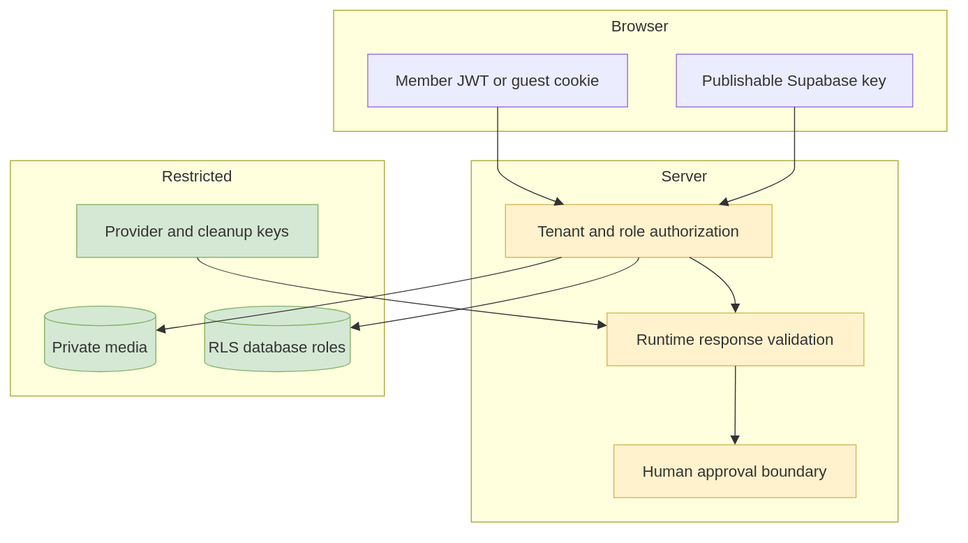
Earlier version of the draw.io export docs/diagrams/03-trust-boundaries.drawio.svg (Alivestars24/Vouch). Source tidied: cells renumbered, new cells last; positions are measured from the earlier drawing's top-left corner, leaving out a move shared by most shapes.
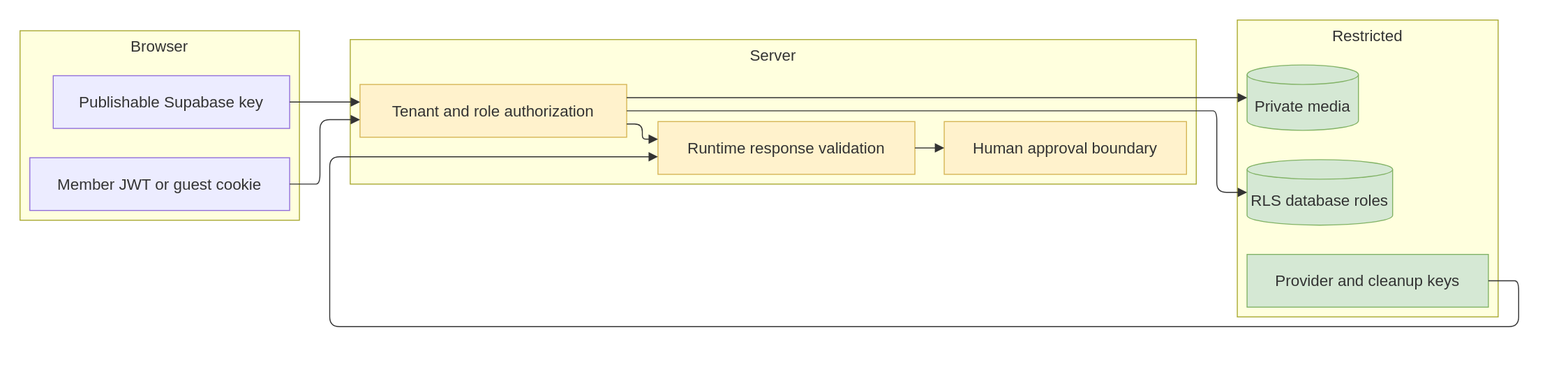
After the change.

The edit, as a diff of the source:
```diff
@@ -3,84 +3,98 @@
     <mxCell id="0" />
     <mxCell id="1" parent="0" />
     <mxCell id="2" value="Browser" style="html=1;whiteSpace=wrap;strokeWidth=1;verticalAlign=top;fillColor=light-dark(#ffffde,#1f2020);strokeColor=light-dark(#aaaa33,#cccccc);fontColor=light-dark(#333333,#cccccc);fontFamily=Trebuchet MS,Verdana,Arial,sans-serif;fontSize=16;" parent="1" vertex="1">
-      <mxGeometry x="331" width="628" height="124" as="geometry" />
+      <mxGeometry x="4" y="23" width="286" height="194" as="geometry" />
     </mxCell>
     <mxCell id="3" value="Publishable Supabase key" style="html=1;whiteSpace=wrap;strokeWidth=1;fillColor=light-dark(#ECECFF,#1f2020);strokeColor=light-dark(#9370DB,#cccccc);fontColor=light-dark(#333333,#cccccc);fontFamily=Trebuchet MS,Verdana,Arial,sans-serif;fontSize=16;" parent="2" vertex="1">
-      <mxGeometry x="351" y="45" width="242" height="54" as="geometry" />
+      <mxGeometry x="34" y="46" width="242" height="54" as="geometry" />
     </mxCell>
     <mxCell id="4" value="Member JWT or guest cookie" style="html=1;whiteSpace=wrap;strokeWidth=1;fillColor=light-dark(#ECECFF,#1f2020);strokeColor=light-dark(#9370DB,#cccccc);fontColor=light-dark(#333333,#cccccc);fontFamily=Trebuchet MS,Verdana,Arial,sans-serif;fontSize=16;" parent="2" vertex="1">
-      <mxGeometry x="35" y="45" width="266" height="54" as="geometry" />
+      <mxGeometry x="10" y="130" width="266" height="54" as="geometry" />
     </mxCell>
     <mxCell id="5" value="Server" style="html=1;whiteSpace=wrap;strokeWidth=1;verticalAlign=top;fillColor=light-dark(#ffffde,#1f2020);strokeColor=light-dark(#aaaa33,#cccccc);fontColor=light-dark(#333333,#cccccc);fontFamily=Trebuchet MS,Verdana,Arial,sans-serif;fontSize=16;" parent="1" vertex="1">
-      <mxGeometry x="472" y="154" width="437" height="370" as="geometry" />
+      <mxGeometry x="342" y="32" width="866" height="148" as="geometry" />
     </mxCell>
     <mxCell id="6" value="Tenant and role authorization" style="html=1;whiteSpace=wrap;strokeWidth=1;fillColor=#fff2cc;strokeColor=#d6b656;fontColor=light-dark(#333333,#cccccc);fontFamily=Trebuchet MS,Verdana,Arial,sans-serif;fontSize=16;" parent="5" vertex="1">
-      <mxGeometry x="35" y="45" width="273" height="54" as="geometry" />
+      <mxGeometry x="10" y="46" width="273" height="54" as="geometry" />
     </mxCell>
     <mxCell id="7" value="Runtime response validation" style="html=1;whiteSpace=wrap;strokeWidth=1;fillColor=#fff2cc;strokeColor=#d6b656;fontColor=light-dark(#333333,#cccccc);fontFamily=Trebuchet MS,Verdana,Arial,sans-serif;fontSize=16;" parent="5" vertex="1">
-      <mxGeometry x="139" y="156" width="263" height="54" as="geometry" />
+      <mxGeometry x="315" y="84" width="263" height="54" as="geometry" />
     </mxCell>
     <mxCell id="8" value="Human approval boundary" style="html=1;whiteSpace=wrap;strokeWidth=1;fillColor=#fff2cc;strokeColor=#d6b656;fontColor=light-dark(#333333,#cccccc);fontFamily=Trebuchet MS,Verdana,Arial,sans-serif;fontSize=16;" parent="5" vertex="1">
-      <mxGeometry x="146" y="291" width="248" height="54" as="geometry" />
+      <mxGeometry x="608" y="84" width="248" height="54" as="geometry" />
     </mxCell>
-    <mxCell id="9" style="curved=1;startArrow=none;endArrow=block;endSize=7;strokeColor=light-dark(#333333,#cccccc);exitX=0.69;exitY=1;entryX=0.5;entryY=0;" parent="5" edge="1" source="6" target="7">
+    <mxCell id="9" style="curved=0;startArrow=none;endArrow=block;endSize=7;strokeColor=light-dark(#333333,#cccccc);edgeStyle=orthogonalEdgeStyle;rounded=1;exitX=1;exitY=0.75;entryX=0;entryY=0.3333;" parent="5" edge="1" source="6" target="7">
       <mxGeometry relative="1" as="geometry">
         <Array as="points">
-          <mxPoint x="270" y="124" />
+          <mxPoint x="299" y="86.5" />
+          <mxPoint x="299" y="102" />
         </Array>
       </mxGeometry>
     </mxCell>
-    <mxCell id="10" style="curved=1;startArrow=none;endArrow=block;endSize=7;strokeColor=light-dark(#333333,#cccccc);exitX=0.5;exitY=1;entryX=0.5;entryY=0;" parent="5" edge="1" source="7" target="8">
-      <mxGeometry relative="1" as="geometry" />
+    <mxCell id="10" style="curved=0;startArrow=none;endArrow=block;endSize=7;strokeColor=light-dark(#333333,#cccccc);edgeStyle=orthogonalEdgeStyle;rounded=1;exitX=1;exitY=0.5;entryX=0;entryY=0.5;" parent="5" edge="1" source="7" target="8">
+      <mxGeometry relative="1" as="geometry">
+        <Array as="points">
+          <mxPoint x="593" y="111" />
+        </Array>
+      </mxGeometry>
     </mxCell>
     <mxCell id="11" value="Restricted" style="html=1;whiteSpace=wrap;strokeWidth=1;verticalAlign=top;fillColor=light-dark(#ffffde,#1f2020);strokeColor=light-dark(#aaaa33,#cccccc);fontColor=light-dark(#333333,#cccccc);fontFamily=Trebuchet MS,Verdana,Arial,sans-serif;fontSize=16;" parent="1" vertex="1">
-      <mxGeometry y="154" width="383" height="241" as="geometry" />
+      <mxGeometry x="1250" y="12" width="267" height="304" as="geometry" />
     </mxCell>
     <mxCell id="12" value="RLS database roles" style="html=1;shape=cylinder3;boundedLbl=1;backgroundOutline=1;size=10;strokeWidth=1;whiteSpace=wrap;fillColor=#d5e8d4;strokeColor=#82b366;fontColor=light-dark(#333333,#cccccc);fontFamily=Trebuchet MS,Verdana,Arial,sans-serif;fontSize=16;" parent="11" vertex="1">
-      <mxGeometry x="199" y="149" width="149" height="67" as="geometry" />
+      <mxGeometry x="10" y="143" width="149" height="67" as="geometry" />
     </mxCell>
     <mxCell id="13" value="Private media" style="html=1;shape=cylinder3;boundedLbl=1;backgroundOutline=1;size=10;strokeWidth=1;whiteSpace=wrap;fillColor=#d5e8d4;strokeColor=#82b366;fontColor=light-dark(#333333,#cccccc);fontFamily=Trebuchet MS,Verdana,Arial,sans-serif;fontSize=16;" parent="11" vertex="1">
-      <mxGeometry x="35" y="149" width="114" height="67" as="geometry" />
+      <mxGeometry x="10" y="46" width="114" height="67" as="geometry" />
     </mxCell>
     <mxCell id="14" value="Provider and cleanup keys" style="html=1;whiteSpace=wrap;strokeWidth=1;fillColor=#d5e8d4;strokeColor=#82b366;fontColor=light-dark(#333333,#cccccc);fontFamily=Trebuchet MS,Verdana,Arial,sans-serif;fontSize=16;" parent="11" vertex="1">
-      <mxGeometry x="68" y="45" width="247" height="54" as="geometry" />
+      <mxGeometry x="10" y="240" width="247" height="54" as="geometry" />
     </mxCell>
-    <mxCell id="15" style="curved=1;startArrow=none;endArrow=block;endSize=7;strokeColor=light-dark(#333333,#cccccc);exitX=0.5;exitY=1;entryX=0.8;entryY=0;" parent="1" edge="1" source="3" target="6">
+    <mxCell id="15" style="curved=0;startArrow=none;endArrow=block;endSize=7;strokeColor=light-dark(#333333,#cccccc);edgeStyle=orthogonalEdgeStyle;rounded=1;exitX=1;exitY=0.5;entryX=0;entryY=0.3333;" parent="1" edge="1" source="3" target="6">
       <mxGeometry relative="1" as="geometry">
         <Array as="points">
-          <mxPoint x="803" y="124" />
-          <mxPoint x="803" y="149" />
-          <mxPoint x="803" y="174" />
+          <mxPoint x="295" y="96" />
+          <mxPoint x="337" y="96" />
         </Array>
       </mxGeometry>
     </mxCell>
-    <mxCell id="16" style="curved=1;startArrow=none;endArrow=block;endSize=7;strokeColor=light-dark(#333333,#cccccc);exitX=0.5;exitY=1;entryX=0.22;entryY=0;" parent="1" edge="1" source="4" target="6">
+    <mxCell id="16" style="curved=0;startArrow=none;endArrow=block;endSize=7;strokeColor=light-dark(#333333,#cccccc);edgeStyle=orthogonalEdgeStyle;rounded=1;exitX=1;exitY=0.5;entryX=0;entryY=0.6667;" parent="1" edge="1" source="4" target="6">
       <mxGeometry relative="1" as="geometry">
         <Array as="points">
-          <mxPoint x="499" y="124" />
-          <mxPoint x="499" y="149" />
-          <mxPoint x="499" y="174" />
+          <mxPoint x="295" y="180" />
+          <mxPoint x="311" y="180" />
+          <mxPoint x="311" y="114" />
+          <mxPoint x="337" y="114" />
         </Array>
       </mxGeometry>
     </mxCell>
-    <mxCell id="17" style="curved=1;startArrow=none;endArrow=block;endSize=7;strokeColor=light-dark(#333333,#cccccc);exitX=0.5;exitY=1;entryX=1;entryY=0.33;" parent="1" edge="1" source="6" target="12">
+    <mxCell id="17" style="curved=0;startArrow=none;endArrow=block;endSize=7;strokeColor=light-dark(#333333,#cccccc);edgeStyle=orthogonalEdgeStyle;rounded=1;exitX=1;exitY=0.5;entryX=0;entryY=0.5;" parent="1" edge="1" source="6" target="12">
       <mxGeometry relative="1" as="geometry">
         <Array as="points">
-          <mxPoint x="643" y="278" />
+          <mxPoint x="1213" y="105" />
+          <mxPoint x="1229" y="105" />
+          <mxPoint x="1229" y="188.5" />
+          <mxPoint x="1245" y="188.5" />
         </Array>
       </mxGeometry>
     </mxCell>
-    <mxCell id="18" style="curved=1;startArrow=none;endArrow=block;endSize=7;strokeColor=light-dark(#333333,#cccccc);exitX=0.21;exitY=1;entryX=1;entryY=0.37;" parent="1" edge="1" source="6" target="13">
+    <mxCell id="18" style="curved=0;startArrow=none;endArrow=block;endSize=7;strokeColor=light-dark(#333333,#cccccc);edgeStyle=orthogonalEdgeStyle;rounded=1;exitX=1;exitY=0.25;entryX=0;entryY=0.5;" parent="1" edge="1" source="6" target="13">
       <mxGeometry relative="1" as="geometry">
         <Array as="points">
-          <mxPoint x="489" y="278" />
+          <mxPoint x="1213" y="91.5" />
+          <mxPoint x="1245" y="91.5" />
         </Array>
       </mxGeometry>
     </mxCell>
-    <mxCell id="19" style="curved=1;startArrow=none;endArrow=block;endSize=7;strokeColor=light-dark(#333333,#cccccc);exitX=0.5;exitY=1;entryX=0;entryY=0.24;" parent="1" edge="1" source="14" target="7">
+    <mxCell id="19" style="curved=0;startArrow=none;endArrow=block;endSize=7;strokeColor=light-dark(#333333,#cccccc);edgeStyle=orthogonalEdgeStyle;rounded=1;exitX=1;exitY=0.5;entryX=0;entryY=0.6667;" parent="1" edge="1" source="14" target="7">
       <mxGeometry relative="1" as="geometry">
         <Array as="points">
-          <mxPoint x="192" y="278" />
+          <mxPoint x="1522" y="279" />
+          <mxPoint x="1538" y="279" />
+          <mxPoint x="1538" y="326" />
+          <mxPoint x="321" y="326" />
+          <mxPoint x="321" y="152" />
+          <mxPoint x="337" y="152" />
         </Array>
       </mxGeometry>
     </mxCell>
```
